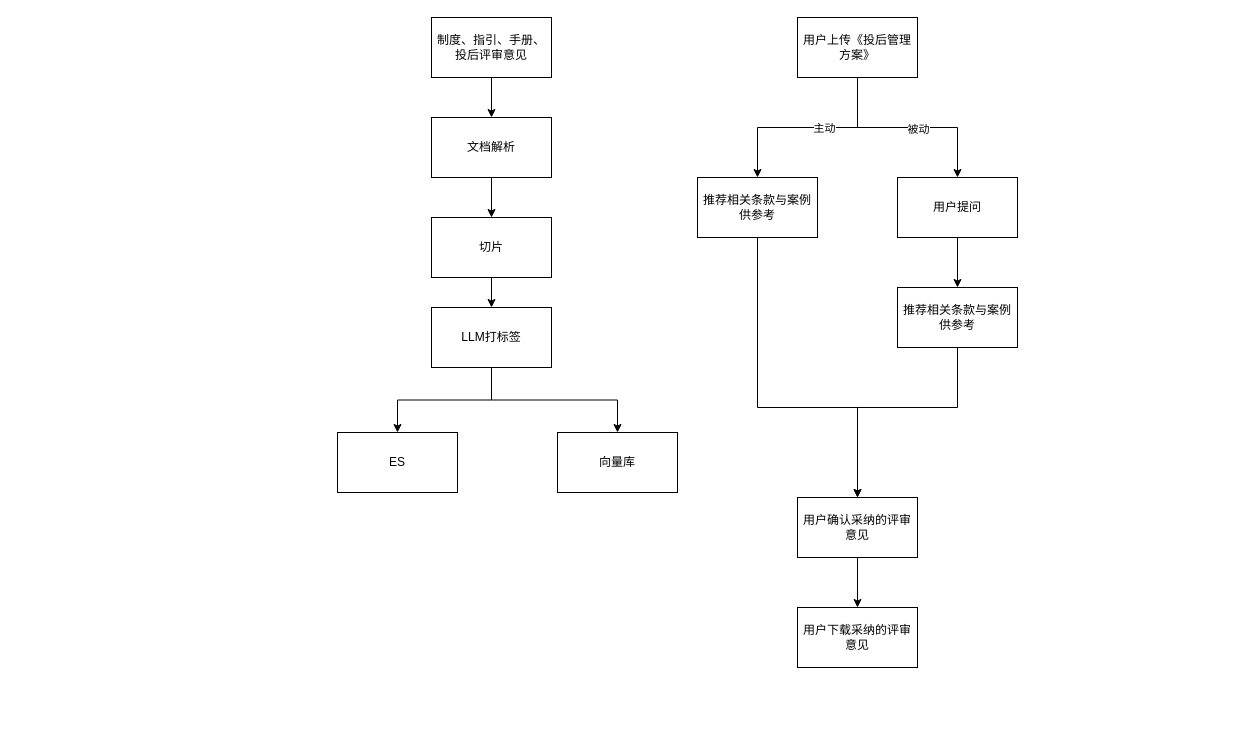
The draw.io diagram 未命名绘图.drawio in archwolf118/AI, before the edit. Source tidied: cells renumbered, new cells numbered last; positions are measured from the earlier drawing's top-left corner, leaving out a move shared by most shapes. Both pictures are drawn from the tidied source at 100%, with x=0, y=0 at pixel (337, 17).
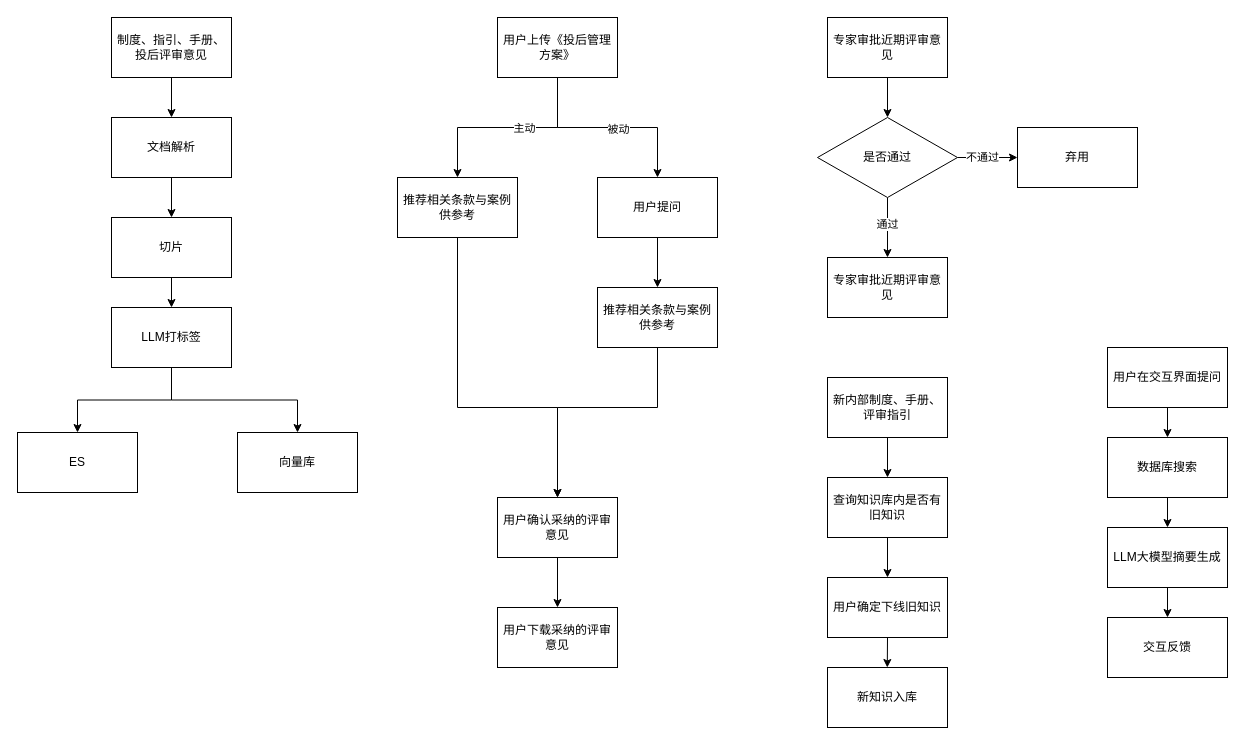
The same diagram, later.

Commit message (it also covers changes not shown here):
更新未命名绘图.drawio

What changed in the source:
```diff
@@
     <mxCell id="3" value="制度、指引、手册、投后评审意见" style="rounded=0;whiteSpace=wrap;html=1;" parent="1" vertex="1">
-      <mxGeometry x="94" width="120" height="60" as="geometry" />
+      <mxGeometry x="-226" width="120" height="60" as="geometry" />
     </mxCell>
@@
     <mxCell id="5" value="文档解析" style="rounded=0;whiteSpace=wrap;html=1;" parent="1" vertex="1">
-      <mxGeometry x="94" y="100" width="120" height="60" as="geometry" />
+      <mxGeometry x="-226" y="100" width="120" height="60" as="geometry" />
     </mxCell>
@@
     <mxCell id="7" value="切片" style="rounded=0;whiteSpace=wrap;html=1;" parent="1" vertex="1">
-      <mxGeometry x="94" y="200" width="120" height="60" as="geometry" />
+      <mxGeometry x="-226" y="200" width="120" height="60" as="geometry" />
     </mxCell>
@@
     <mxCell id="10" value="LLM打标签" style="rounded=0;whiteSpace=wrap;html=1;" parent="1" vertex="1">
-      <mxGeometry x="94" y="290" width="120" height="60" as="geometry" />
+      <mxGeometry x="-226" y="290" width="120" height="60" as="geometry" />
     </mxCell>
     <mxCell id="11" value="ES" style="rounded=0;whiteSpace=wrap;html=1;" parent="1" vertex="1">
-      <mxGeometry y="415" width="120" height="60" as="geometry" />
+      <mxGeometry x="-320" y="415" width="120" height="60" as="geometry" />
     </mxCell>
     <mxCell id="12" value="向量库" style="rounded=0;whiteSpace=wrap;html=1;" parent="1" vertex="1">
-      <mxGeometry x="220" y="415" width="120" height="60" as="geometry" />
+      <mxGeometry x="-100" y="415" width="120" height="60" as="geometry" />
     </mxCell>
@@
     <mxCell id="17" value="用户上传《投后管理方案》" style="rounded=0;whiteSpace=wrap;html=1;" parent="1" vertex="1">
-      <mxGeometry x="460" width="120" height="60" as="geometry" />
+      <mxGeometry x="160" width="120" height="60" as="geometry" />
     </mxCell>
     <mxCell id="18" style="edgeStyle=orthogonalEdgeStyle;rounded=0;jettySize=auto;html=1;exitX=0.5;exitY=1;exitDx=0;exitDy=0;" parent="1" edge="1" source="19" target="25">
       <mxGeometry relative="1" as="geometry">
         <Array as="points">
-          <mxPoint x="420" y="390" />
-          <mxPoint x="520" y="390" />
+          <mxPoint x="120" y="390" />
+          <mxPoint x="220" y="390" />
         </Array>
       </mxGeometry>
     </mxCell>
     <mxCell id="19" value="推荐相关条款与案例供参考" style="rounded=0;whiteSpace=wrap;html=1;" parent="1" vertex="1">
-      <mxGeometry x="360" y="160" width="120" height="60" as="geometry" />
+      <mxGeometry x="60" y="160" width="120" height="60" as="geometry" />
     </mxCell>
@@
     <mxCell id="21" value="用户提问" style="rounded=0;whiteSpace=wrap;html=1;" parent="1" vertex="1">
-      <mxGeometry x="560" y="160" width="120" height="60" as="geometry" />
+      <mxGeometry x="260" y="160" width="120" height="60" as="geometry" />
     </mxCell>
     <mxCell id="22" style="edgeStyle=orthogonalEdgeStyle;rounded=0;jettySize=auto;html=1;exitX=0.5;exitY=1;exitDx=0;exitDy=0;entryX=0.5;entryY=0;entryDx=0;entryDy=0;" parent="1" edge="1" source="23" target="25">
       <mxGeometry relative="1" as="geometry">
         <Array as="points">
-          <mxPoint x="620" y="390" />
-          <mxPoint x="520" y="390" />
+          <mxPoint x="320" y="390" />
+          <mxPoint x="220" y="390" />
         </Array>
       </mxGeometry>
     </mxCell>
     <mxCell id="23" value="推荐相关条款与案例供参考" style="rounded=0;whiteSpace=wrap;html=1;" parent="1" vertex="1">
-      <mxGeometry x="560" y="270" width="120" height="60" as="geometry" />
+      <mxGeometry x="260" y="270" width="120" height="60" as="geometry" />
     </mxCell>
@@
     <mxCell id="25" value="用户确认采纳的评审意见" style="rounded=0;whiteSpace=wrap;html=1;" parent="1" vertex="1">
-      <mxGeometry x="460" y="480" width="120" height="60" as="geometry" />
+      <mxGeometry x="160" y="480" width="120" height="60" as="geometry" />
     </mxCell>
     <mxCell id="26" value="用户下载采纳的评审意见" style="rounded=0;whiteSpace=wrap;html=1;" parent="1" vertex="1">
-      <mxGeometry x="460" y="590" width="120" height="60" as="geometry" />
+      <mxGeometry x="160" y="590" width="120" height="60" as="geometry" />
     </mxCell>
+    <mxCell id="27" style="edgeStyle=orthogonalEdgeStyle;rounded=0;jettySize=auto;html=1;exitX=0.5;exitY=1;exitDx=0;exitDy=0;entryX=0.5;entryY=0;entryDx=0;entryDy=0;" parent="1" edge="1" source="28" target="33">
+      <mxGeometry relative="1" as="geometry" />
+    </mxCell>
+    <mxCell id="28" value="专家审批近期评审意见" style="rounded=0;whiteSpace=wrap;html=1;" parent="1" vertex="1">
+      <mxGeometry x="490" width="120" height="60" as="geometry" />
+    </mxCell>
+    <mxCell id="29" style="edgeStyle=orthogonalEdgeStyle;rounded=0;jettySize=auto;html=1;exitX=1;exitY=0.5;exitDx=0;exitDy=0;entryX=0;entryY=0.5;entryDx=0;entryDy=0;" parent="1" edge="1" source="33" target="34">
+      <mxGeometry relative="1" as="geometry" />
+    </mxCell>
+    <mxCell id="30" value="不通过" style="edgeLabel;html=1;align=center;verticalAlign=middle;" parent="29" vertex="1">
+      <mxGeometry x="-0.2" y="1" relative="1" as="geometry" />
+    </mxCell>
+    <mxCell id="31" style="edgeStyle=orthogonalEdgeStyle;rounded=0;jettySize=auto;html=1;exitX=0.5;exitY=1;exitDx=0;exitDy=0;entryX=0.5;entryY=0;entryDx=0;entryDy=0;" parent="1" edge="1" source="33" target="35">
+      <mxGeometry relative="1" as="geometry" />
+    </mxCell>
+    <mxCell id="32" value="通过" style="edgeLabel;html=1;align=center;verticalAlign=middle;" parent="31" vertex="1">
+      <mxGeometry x="-0.15" y="-1" relative="1" as="geometry" />
+    </mxCell>
+    <mxCell id="33" value="是否通过" style="rhombus;whiteSpace=wrap;html=1;" parent="1" vertex="1">
+      <mxGeometry x="480" y="100" width="140" height="80" as="geometry" />
+    </mxCell>
+    <mxCell id="34" value="弃用" style="rounded=0;whiteSpace=wrap;html=1;" parent="1" vertex="1">
+      <mxGeometry x="680" y="110" width="120" height="60" as="geometry" />
+    </mxCell>
+    <mxCell id="35" value="专家审批近期评审意见" style="rounded=0;whiteSpace=wrap;html=1;" parent="1" vertex="1">
+      <mxGeometry x="490" y="240" width="120" height="60" as="geometry" />
+    </mxCell>
+    <mxCell id="36" style="edgeStyle=orthogonalEdgeStyle;rounded=0;jettySize=auto;html=1;exitX=0.5;exitY=1;exitDx=0;exitDy=0;entryX=0.5;entryY=0;entryDx=0;entryDy=0;" parent="1" edge="1" source="37" target="39">
+      <mxGeometry relative="1" as="geometry" />
+    </mxCell>
+    <mxCell id="37" value="新内部制度、手册、评审指引" style="rounded=0;whiteSpace=wrap;html=1;" parent="1" vertex="1">
+      <mxGeometry x="490" y="360" width="120" height="60" as="geometry" />
+    </mxCell>
+    <mxCell id="38" style="edgeStyle=orthogonalEdgeStyle;rounded=0;jettySize=auto;html=1;exitX=0.5;exitY=1;exitDx=0;exitDy=0;entryX=0.5;entryY=0;entryDx=0;entryDy=0;" parent="1" edge="1" source="39" target="41">
+      <mxGeometry relative="1" as="geometry" />
+    </mxCell>
+    <mxCell id="39" value="查询知识库内是否有旧知识" style="rounded=0;whiteSpace=wrap;html=1;" parent="1" vertex="1">
+      <mxGeometry x="490" y="460" width="120" height="60" as="geometry" />
+    </mxCell>
+    <mxCell id="40" style="edgeStyle=orthogonalEdgeStyle;rounded=0;jettySize=auto;html=1;exitX=0.5;exitY=1;exitDx=0;exitDy=0;" parent="1" edge="1" source="41">
+      <mxGeometry relative="1" as="geometry">
+        <mxPoint x="549.8" y="650" as="targetPoint" />
+      </mxGeometry>
+    </mxCell>
+    <mxCell id="41" value="用户确定下线旧知识" style="rounded=0;whiteSpace=wrap;html=1;" parent="1" vertex="1">
+      <mxGeometry x="490" y="560" width="120" height="60" as="geometry" />
+    </mxCell>
+    <mxCell id="42" value="新知识入库" style="rounded=0;whiteSpace=wrap;html=1;" parent="1" vertex="1">
+      <mxGeometry x="490" y="650" width="120" height="60" as="geometry" />
+    </mxCell>
+    <mxCell id="43" style="edgeStyle=orthogonalEdgeStyle;rounded=0;jettySize=auto;html=1;exitX=0.5;exitY=1;exitDx=0;exitDy=0;entryX=0.5;entryY=0;entryDx=0;entryDy=0;" parent="1" edge="1" source="44" target="46">
+      <mxGeometry relative="1" as="geometry" />
+    </mxCell>
+    <mxCell id="44" value="用户在交互界面提问" style="rounded=0;whiteSpace=wrap;html=1;" parent="1" vertex="1">
+      <mxGeometry x="770" y="330" width="120" height="60" as="geometry" />
+    </mxCell>
+    <mxCell id="45" style="edgeStyle=orthogonalEdgeStyle;rounded=0;jettySize=auto;html=1;exitX=0.5;exitY=1;exitDx=0;exitDy=0;entryX=0.5;entryY=0;entryDx=0;entryDy=0;" parent="1" edge="1" source="46" target="48">
+      <mxGeometry relative="1" as="geometry" />
+    </mxCell>
+    <mxCell id="46" value="数据库搜索" style="rounded=0;whiteSpace=wrap;html=1;" parent="1" vertex="1">
+      <mxGeometry x="770" y="420" width="120" height="60" as="geometry" />
+    </mxCell>
+    <mxCell id="47" style="edgeStyle=orthogonalEdgeStyle;rounded=0;jettySize=auto;html=1;exitX=0.5;exitY=1;exitDx=0;exitDy=0;entryX=0.5;entryY=0;entryDx=0;entryDy=0;" parent="1" edge="1" source="48" target="49">
+      <mxGeometry relative="1" as="geometry" />
+    </mxCell>
+    <mxCell id="48" value="LLM大模型摘要生成" style="rounded=0;whiteSpace=wrap;html=1;" parent="1" vertex="1">
+      <mxGeometry x="770" y="510" width="120" height="60" as="geometry" />
+    </mxCell>
+    <mxCell id="49" value="交互反馈" style="rounded=0;whiteSpace=wrap;html=1;" parent="1" vertex="1">
+      <mxGeometry x="770" y="600" width="120" height="60" as="geometry" />
+    </mxCell>
```
